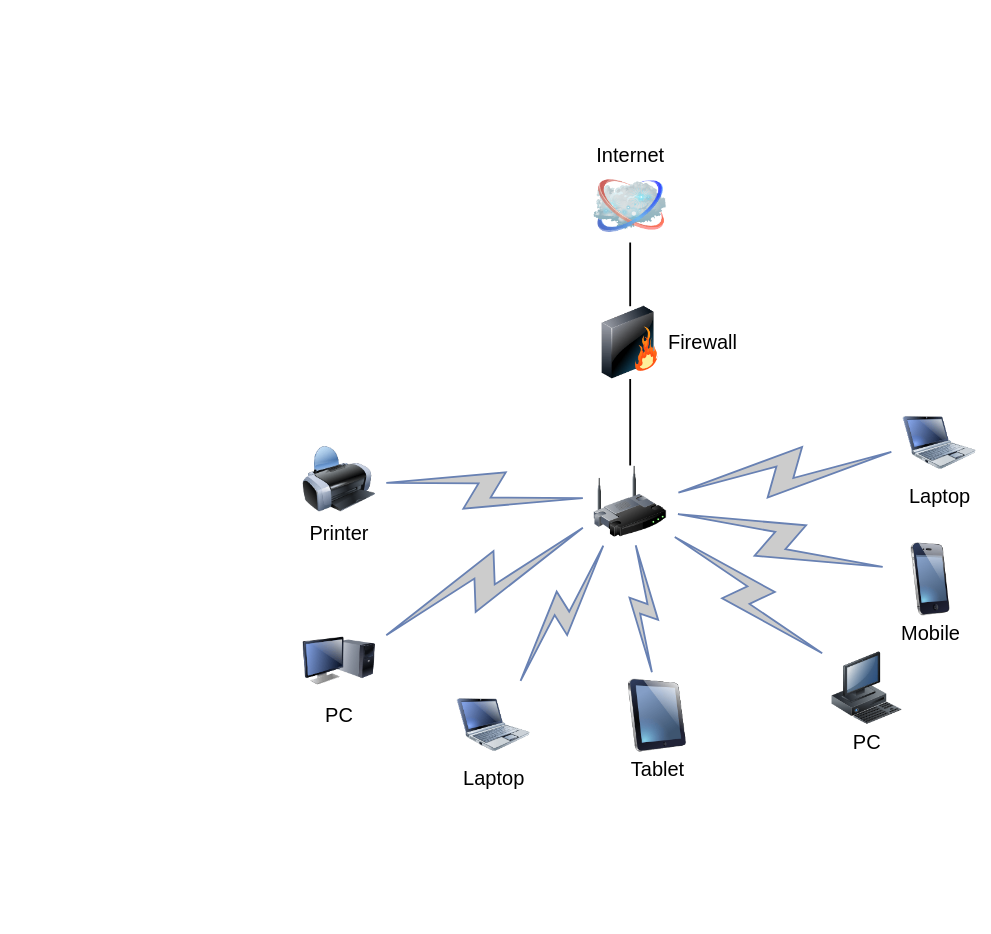
The draw.io diagram Untitled Diagram.drawio in jungjungin/NavigationTabBar, before the edit. Source tidied: cells renumbered, new cells numbered last; positions are measured from the earlier drawing's top-left corner, leaving out a move shared by most shapes. Both pictures are drawn from the tidied source at 91%, with x=0, y=0 at pixel (302, 169).
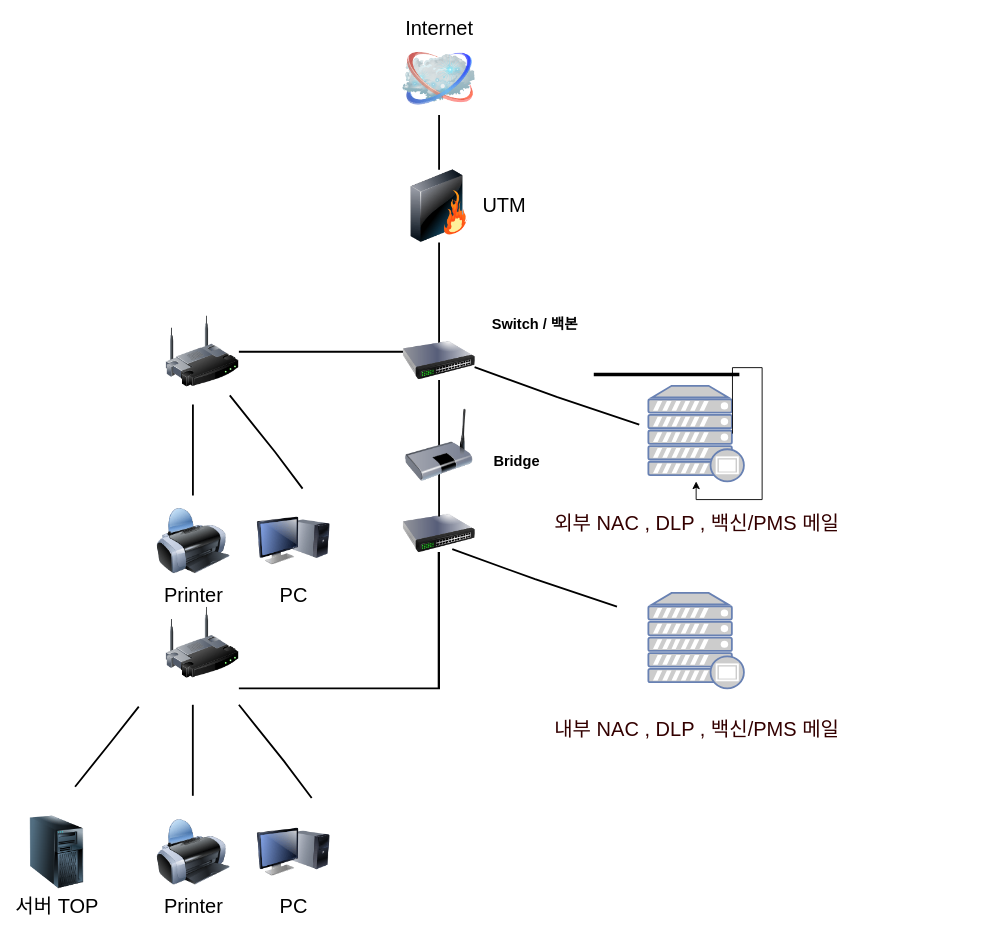
Above is the later version.

What changed in the source:
```diff
@@
     <mxCell id="2" style="edgeStyle=none;rounded=0;html=1;labelBackgroundColor=none;endArrow=none;strokeWidth=2;fontFamily=Verdana;fontSize=22;" parent="1" edge="1" source="3" target="6">
-      <mxGeometry relative="1" as="geometry" />
+      <mxGeometry relative="1" as="geometry">
+        <Array as="points">
+          <mxPoint x="150" y="200" />
+        </Array>
+      </mxGeometry>
     </mxCell>
     <mxCell id="3" style="image;html=1;labelBackgroundColor=#ffffff;image=img/lib/clip_art/networking/Wireless_Router_128x128.png;rounded=1;shadow=0;comic=0;strokeWidth=2;fontSize=22;" parent="1" vertex="1">
-      <mxGeometry x="320" y="325" width="80" height="80" as="geometry" />
+      <mxGeometry x="-150" y="160" width="80" height="80" as="geometry" />
     </mxCell>
     <mxCell id="4" value="Internet" style="image;html=1;labelBackgroundColor=#ffffff;image=img/lib/clip_art/networking/Cloud_128x128.png;rounded=1;shadow=0;comic=0;strokeWidth=2;fontSize=22;labelPosition=center;verticalLabelPosition=top;align=center;verticalAlign=bottom;" parent="1" vertex="1">
-      <mxGeometry x="320" width="80" height="80" as="geometry" />
+      <mxGeometry x="110" y="-140" width="80" height="80" as="geometry" />
     </mxCell>
@@
-    <mxCell id="6" value="Firewall" style="image;html=1;labelBackgroundColor=#ffffff;image=img/lib/clip_art/networking/Firewall_128x128.png;rounded=1;shadow=0;comic=0;strokeWidth=2;fontSize=22;labelPosition=right;verticalLabelPosition=middle;align=left;verticalAlign=middle;" parent="1" vertex="1">
-      <mxGeometry x="320" y="150" width="80" height="80" as="geometry" />
+    <mxCell id="6" value="&amp;nbsp;UTM" style="image;html=1;labelBackgroundColor=#ffffff;image=img/lib/clip_art/networking/Firewall_128x128.png;rounded=1;shadow=0;comic=0;strokeWidth=2;fontSize=22;labelPosition=right;verticalLabelPosition=middle;align=left;verticalAlign=middle;" parent="1" vertex="1">
+      <mxGeometry x="110" width="80" height="80" as="geometry" />
     </mxCell>
-    <mxCell id="7" value="Tablet" style="image;html=1;labelBackgroundColor=#ffffff;image=img/lib/clip_art/computers/iPad_128x128.png;rounded=1;shadow=0;comic=0;strokeWidth=2;fontSize=22;" parent="1" vertex="1">
-      <mxGeometry x="350" y="560" width="80" height="80" as="geometry" />
-    </mxCell>
     <mxCell id="8" value="PC" style="image;html=1;labelBackgroundColor=#ffffff;image=img/lib/clip_art/computers/Monitor_Tower_128x128.png;rounded=1;shadow=0;comic=0;strokeWidth=2;fontSize=22;" parent="1" vertex="1">
-      <mxGeometry y="500" width="80" height="80" as="geometry" />
+      <mxGeometry x="-50" y="368" width="80" height="80" as="geometry" />
     </mxCell>
     <mxCell id="9" value="Printer" style="image;html=1;labelBackgroundColor=#ffffff;image=img/lib/clip_art/computers/Printer_128x128.png;rounded=1;shadow=0;comic=0;strokeWidth=2;fontSize=22;" parent="1" vertex="1">
-      <mxGeometry y="300" width="80" height="80" as="geometry" />
+      <mxGeometry x="-160" y="368" width="80" height="80" as="geometry" />
     </mxCell>
+    <mxCell id="21" style="image;html=1;image=img/lib/clip_art/networking/Switch_128x128.png;" parent="1" vertex="1">
+      <mxGeometry x="110" y="170" width="80" height="80" as="geometry" />
+    </mxCell>
+    <mxCell id="22" value="&lt;font style=&quot;font-size: 16px&quot;&gt;&lt;b&gt;Switch / 백본&lt;/b&gt;&lt;/font&gt;" style="text;html=1;align=center;verticalAlign=middle;" parent="1" vertex="1">
+      <mxGeometry x="200" y="160" width="110" height="20" as="geometry" />
+    </mxCell>
+    <mxCell id="23" value="&lt;br&gt;외부 NAC , DLP , 백신/PMS 메일" style="verticalAlign=top;verticalLabelPosition=bottom;labelPosition=center;align=center;html=1;outlineConnect=0;fillColor=#CCCCCC;strokeColor=#6881B3;gradientColor=none;gradientDirection=north;strokeWidth=2;shape=mxgraph.networks.proxy_server;fontSize=22;fontColor=#330000;" parent="1" vertex="1">
+      <mxGeometry x="380" y="237.5" width="105" height="105" as="geometry" />
+    </mxCell>
+    <mxCell id="24" style="edgeStyle=none;rounded=0;html=1;labelBackgroundColor=none;endArrow=none;strokeWidth=2;fontFamily=Verdana;fontSize=22;exitX=0.988;exitY=0.588;exitDx=0;exitDy=0;exitPerimeter=0;" parent="1" edge="1" source="21">
+      <mxGeometry relative="1" as="geometry">
+        <mxPoint x="370" y="280" as="targetPoint" />
+        <Array as="points">
+          <mxPoint x="280" y="250" />
+        </Array>
+      </mxGeometry>
+    </mxCell>
+    <mxCell id="25" style="edgeStyle=orthogonalEdgeStyle;rounded=0;orthogonalLoop=1;jettySize=auto;html=1;exitX=0.88;exitY=0.5;exitDx=0;exitDy=0;exitPerimeter=0;fontSize=22;" parent="1" edge="1" source="23" target="23">
+      <mxGeometry relative="1" as="geometry" />
+    </mxCell>
+    <mxCell id="26" style="image;html=1;image=img/lib/clip_art/networking/Switch_128x128.png;" parent="1" vertex="1">
+      <mxGeometry x="110" y="360" width="80" height="80" as="geometry" />
+    </mxCell>
+    <mxCell id="27" style="edgeStyle=none;rounded=0;html=1;labelBackgroundColor=none;endArrow=none;strokeWidth=2;fontFamily=Verdana;fontSize=22;" parent="1" edge="1" source="26">
+      <mxGeometry relative="1" as="geometry">
+        <mxPoint x="150" y="231.2" as="targetPoint" />
+        <Array as="points">
+          <mxPoint x="150" y="381.2" />
+        </Array>
+      </mxGeometry>
+    </mxCell>
+    <mxCell id="28" style="image;html=1;image=img/lib/clip_art/networking/Bridge_128x128.png;fontSize=22;fontColor=#330000;" parent="1" vertex="1">
+      <mxGeometry x="110" y="262.5" width="80" height="80" as="geometry" />
+    </mxCell>
+    <mxCell id="29" style="line;strokeWidth=4;html=1;perimeter=backbonePerimeter;fontSize=22;fontColor=#330000;" parent="1" vertex="1">
+      <mxGeometry x="320" y="220" width="160" height="10" as="geometry" />
+    </mxCell>
+    <mxCell id="30" style="edgeStyle=none;rounded=0;html=1;labelBackgroundColor=none;endArrow=none;strokeWidth=2;fontFamily=Verdana;fontSize=22;exitX=0.988;exitY=0.588;exitDx=0;exitDy=0;exitPerimeter=0;" parent="1" edge="1">
+      <mxGeometry relative="1" as="geometry">
+        <mxPoint x="-80" y="248" as="sourcePoint" />
+        <mxPoint y="350.5" as="targetPoint" />
+        <Array as="points">
+          <mxPoint x="-30" y="310.5" />
+        </Array>
+      </mxGeometry>
+    </mxCell>
+    <mxCell id="31" style="edgeStyle=none;rounded=0;html=1;labelBackgroundColor=none;endArrow=none;strokeWidth=2;fontFamily=Verdana;fontSize=22;" parent="1" edge="1">
+      <mxGeometry relative="1" as="geometry">
+        <mxPoint x="-120.5" y="258" as="sourcePoint" />
+        <mxPoint x="-120.5" y="358" as="targetPoint" />
+      </mxGeometry>
+    </mxCell>
+    <mxCell id="32" value="&lt;span style=&quot;font-size: 16px&quot;&gt;&lt;b&gt;Bridge&lt;br&gt;&lt;/b&gt;&lt;/span&gt;" style="text;html=1;align=center;verticalAlign=middle;" parent="1" vertex="1">
+      <mxGeometry x="200" y="310" width="70" height="20" as="geometry" />
+    </mxCell>
+    <mxCell id="33" style="edgeStyle=none;rounded=0;html=1;labelBackgroundColor=none;endArrow=none;strokeWidth=2;fontFamily=Verdana;fontSize=22;" parent="1" edge="1">
+      <mxGeometry relative="1" as="geometry">
+        <mxPoint x="149.5" y="568.8" as="sourcePoint" />
+        <mxPoint x="149.5" y="420" as="targetPoint" />
+        <Array as="points">
+          <mxPoint x="149.5" y="570" />
+        </Array>
+      </mxGeometry>
+    </mxCell>
+    <mxCell id="34" value="&lt;br&gt;내부 NAC , DLP , 백신/PMS 메일" style="verticalAlign=top;verticalLabelPosition=bottom;labelPosition=center;align=center;html=1;fillColor=#CCCCCC;strokeColor=#6881B3;gradientColor=none;gradientDirection=north;strokeWidth=2;shape=mxgraph.networks.proxy_server;fontSize=22;fontColor=#330000;" parent="1" vertex="1">
+      <mxGeometry x="380" y="465" width="105" height="105" as="geometry" />
+    </mxCell>
+    <mxCell id="35" style="edgeStyle=none;rounded=0;html=1;labelBackgroundColor=none;endArrow=none;strokeWidth=2;fontFamily=Verdana;fontSize=22;exitX=0.988;exitY=0.588;exitDx=0;exitDy=0;exitPerimeter=0;" parent="1" edge="1">
+      <mxGeometry relative="1" as="geometry">
+        <mxPoint x="164.5" y="417" as="sourcePoint" />
+        <mxPoint x="345.5" y="480" as="targetPoint" />
+        <Array as="points">
+          <mxPoint x="255.5" y="450" />
+        </Array>
+      </mxGeometry>
+    </mxCell>
-    <mxCell id="10" value="PC" style="image;html=1;labelBackgroundColor=#ffffff;image=img/lib/clip_art/computers/Workstation_128x128.png;rounded=1;shadow=0;comic=0;strokeWidth=2;fontSize=22;" parent="1" vertex="1">
-      <mxGeometry x="580" y="530" width="80" height="80" as="geometry" />
+    <mxCell id="10" value="PC" style="image;html=1;labelBackgroundColor=#ffffff;image=img/lib/clip_art/computers/Monitor_Tower_128x128.png;rounded=1;shadow=0;comic=0;strokeWidth=2;fontSize=22;" parent="1" vertex="1">
+      <mxGeometry x="-50" y="710" width="80" height="80" as="geometry" />
     </mxCell>
-    <mxCell id="11" value="Mobile" style="image;html=1;labelBackgroundColor=#ffffff;image=img/lib/clip_art/telecommunication/iPhone_128x128.png;rounded=1;shadow=0;comic=0;strokeWidth=2;fontSize=22;" parent="1" vertex="1">
-      <mxGeometry x="650" y="410" width="80" height="80" as="geometry" />
-    </mxCell>
-    <mxCell id="12" value="Laptop" style="image;html=1;labelBackgroundColor=#ffffff;image=img/lib/clip_art/computers/Netbook_128x128.png;rounded=1;shadow=0;comic=0;strokeColor=#000000;strokeWidth=2;fillColor=#FFFFFF;fontSize=22;fontColor=#000000;" parent="1" vertex="1">
-      <mxGeometry x="660" y="260" width="80" height="80" as="geometry" />
-    </mxCell>
-    <mxCell id="13" value="Laptop" style="image;html=1;labelBackgroundColor=#ffffff;image=img/lib/clip_art/computers/Netbook_128x128.png;rounded=1;shadow=0;comic=0;strokeWidth=2;fontSize=22;" parent="1" vertex="1">
-      <mxGeometry x="170" y="570" width="80" height="80" as="geometry" />
-    </mxCell>
-    <mxCell id="14" style="html=1;fillColor=#CCCCCC;strokeColor=#6881B3;gradientColor=none;gradientDirection=north;strokeWidth=2;shape=mxgraph.networks.comm_link_edge;html=1;labelBackgroundColor=none;endArrow=none;fontFamily=Verdana;fontSize=22;fontColor=#000000;" parent="1" edge="1" source="9" target="3">
-      <mxGeometry relative="1" as="geometry" />
-    </mxCell>
-    <mxCell id="15" style="html=1;fillColor=#CCCCCC;strokeColor=#6881B3;gradientColor=none;gradientDirection=north;strokeWidth=2;shape=mxgraph.networks.comm_link_edge;html=1;labelBackgroundColor=none;endArrow=none;fontFamily=Verdana;fontSize=22;fontColor=#000000;fontStyle=1;" parent="1" edge="1" source="8" target="3">
-      <mxGeometry relative="1" as="geometry" />
-    </mxCell>
-    <mxCell id="16" style="html=1;fillColor=#CCCCCC;strokeColor=#6881B3;gradientColor=none;gradientDirection=north;strokeWidth=2;shape=mxgraph.networks.comm_link_edge;html=1;labelBackgroundColor=none;endArrow=none;fontFamily=Verdana;fontSize=22;fontColor=#000000;" parent="1" edge="1" source="13" target="3">
-      <mxGeometry relative="1" as="geometry" />
-    </mxCell>
-    <mxCell id="17" style="html=1;fillColor=#CCCCCC;strokeColor=#6881B3;gradientColor=none;gradientDirection=north;strokeWidth=2;shape=mxgraph.networks.comm_link_edge;html=1;labelBackgroundColor=none;endArrow=none;fontFamily=Verdana;fontSize=22;fontColor=#000000;" parent="1" edge="1" source="7" target="3">
-      <mxGeometry relative="1" as="geometry" />
-    </mxCell>
-    <mxCell id="18" style="html=1;fillColor=#CCCCCC;strokeColor=#6881B3;gradientColor=none;gradientDirection=north;strokeWidth=2;shape=mxgraph.networks.comm_link_edge;html=1;labelBackgroundColor=none;endArrow=none;fontFamily=Verdana;fontSize=22;fontColor=#000000;" parent="1" edge="1" source="10" target="3">
-      <mxGeometry relative="1" as="geometry" />
-    </mxCell>
-    <mxCell id="19" style="html=1;fillColor=#CCCCCC;strokeColor=#6881B3;gradientColor=none;gradientDirection=north;strokeWidth=2;shape=mxgraph.networks.comm_link_edge;html=1;labelBackgroundColor=none;endArrow=none;fontFamily=Verdana;fontSize=22;fontColor=#000000;" parent="1" edge="1" source="11" target="3">
-      <mxGeometry relative="1" as="geometry" />
-    </mxCell>
-    <mxCell id="20" style="html=1;fillColor=#CCCCCC;strokeColor=#6881B3;gradientColor=none;gradientDirection=north;strokeWidth=2;shape=mxgraph.networks.comm_link_edge;html=1;labelBackgroundColor=none;endArrow=none;fontFamily=Verdana;fontSize=22;fontColor=#000000;" parent="1" edge="1" source="12" target="3">
-      <mxGeometry relative="1" as="geometry" />
-    </mxCell>
+    <mxCell id="36" value="Printer" style="image;html=1;labelBackgroundColor=#ffffff;image=img/lib/clip_art/computers/Printer_128x128.png;rounded=1;shadow=0;comic=0;strokeWidth=2;fontSize=22;" parent="1" vertex="1">
+      <mxGeometry x="-160" y="710" width="80" height="80" as="geometry" />
+    </mxCell>
+    <mxCell id="37" value="서버 TOP" style="image;html=1;image=img/lib/clip_art/computers/Server_Tower_128x128.png;fontSize=22;" parent="1" vertex="1">
+      <mxGeometry x="-310" y="710" width="80" height="80" as="geometry" />
+    </mxCell>
+    <mxCell id="38" style="edgeStyle=none;rounded=0;html=1;labelBackgroundColor=none;endArrow=none;strokeWidth=2;fontFamily=Verdana;fontSize=22;exitX=0.988;exitY=0.588;exitDx=0;exitDy=0;exitPerimeter=0;" parent="1" edge="1">
+      <mxGeometry relative="1" as="geometry">
+        <mxPoint x="-70" y="588" as="sourcePoint" />
+        <mxPoint x="10" y="690.5" as="targetPoint" />
+        <Array as="points">
+          <mxPoint x="-20" y="650.5" />
+        </Array>
+      </mxGeometry>
+    </mxCell>
+    <mxCell id="39" style="edgeStyle=none;rounded=0;html=1;labelBackgroundColor=none;endArrow=none;strokeWidth=2;fontFamily=Verdana;fontSize=22;" parent="1" edge="1">
+      <mxGeometry relative="1" as="geometry">
+        <mxPoint x="-180" y="590" as="sourcePoint" />
+        <mxPoint x="-250" y="678" as="targetPoint" />
+        <Array as="points">
+          <mxPoint x="-210" y="628" />
+        </Array>
+      </mxGeometry>
+    </mxCell>
+    <mxCell id="40" style="edgeStyle=none;rounded=0;html=1;labelBackgroundColor=none;endArrow=none;strokeWidth=2;fontFamily=Verdana;fontSize=22;" parent="1" edge="1">
+      <mxGeometry relative="1" as="geometry">
+        <mxPoint x="-120.6" y="588" as="sourcePoint" />
+        <mxPoint x="-120.6" y="688" as="targetPoint" />
+      </mxGeometry>
+    </mxCell>
+    <mxCell id="41" style="image;html=1;labelBackgroundColor=#ffffff;image=img/lib/clip_art/networking/Wireless_Router_128x128.png;rounded=1;shadow=0;comic=0;strokeWidth=2;fontSize=22;" parent="1" vertex="1">
+      <mxGeometry x="-150" y="480" width="80" height="80" as="geometry" />
+    </mxCell>
+    <mxCell id="42" style="edgeStyle=none;rounded=0;html=1;labelBackgroundColor=none;endArrow=none;strokeWidth=2;fontFamily=Verdana;fontSize=22;" parent="1" edge="1">
+      <mxGeometry relative="1" as="geometry">
+        <mxPoint x="-70" y="570" as="sourcePoint" />
+        <mxPoint x="150" y="420" as="targetPoint" />
+        <Array as="points">
+          <mxPoint x="150" y="570" />
+        </Array>
+      </mxGeometry>
+    </mxCell>
```
